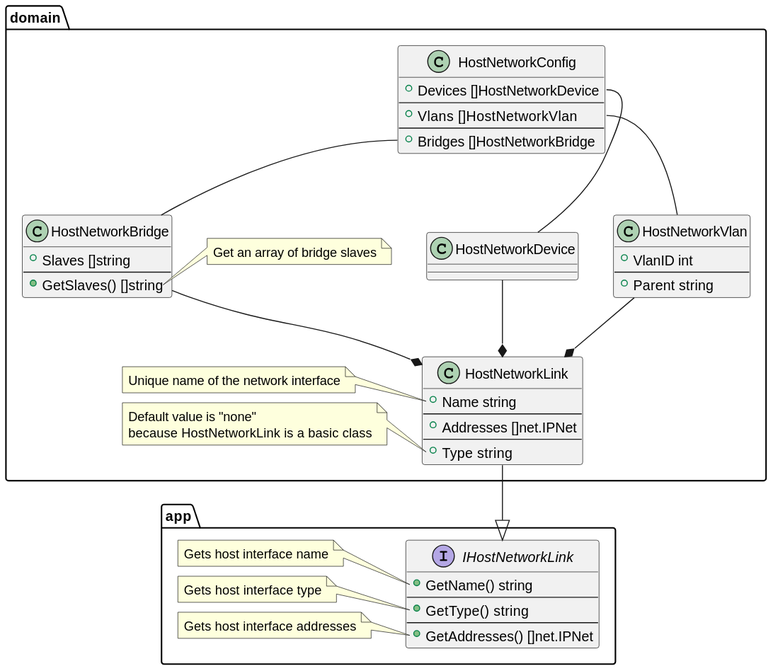
The PlantUML diagram docs/plantuml/entities/HostNetworkConfig.svg in lf-edge/rol, before a commit.
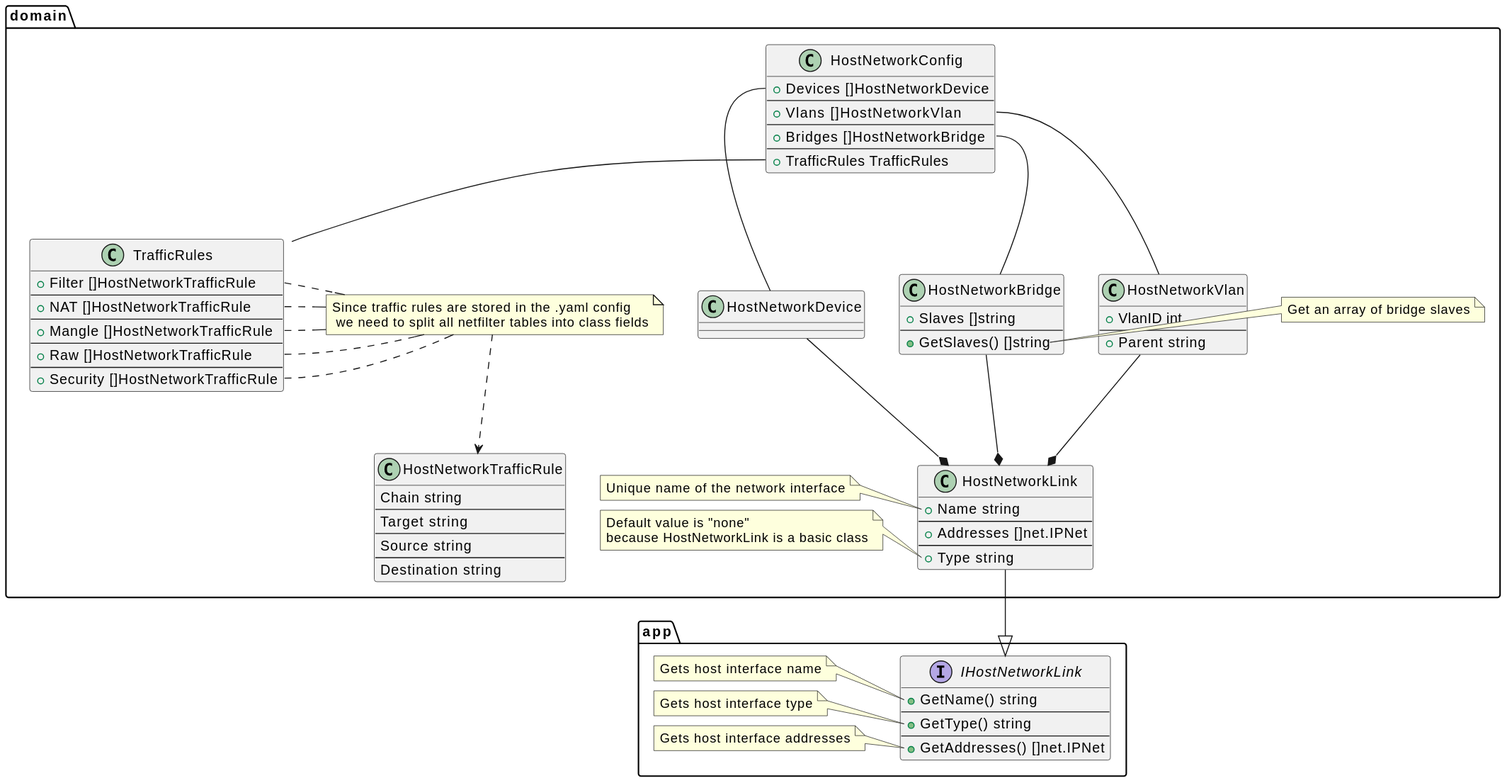
The same diagram one commit later.

Commit message:
docs: puml: added network traffic management related svg's

The edit, as a diff of the source:
```diff
@@ -3,6 +3,7 @@
 !include HostNetworkDevice.puml
 !include HostNetworkVlan.puml
 !include HostNetworkBridge.puml
+!include HostNetworkTrafficRule.puml
 
 package domain {
     class HostNetworkConfig {
@@ -11,11 +12,42 @@
         +Vlans   []HostNetworkVlan
         --
         +Bridges []HostNetworkBridge
+        --
+        +TrafficRules TrafficRules
+    }
+
+    class TrafficRules {
+        +Filter []HostNetworkTrafficRule
+        --
+        +NAT []HostNetworkTrafficRule
+        --
+        +Mangle []HostNetworkTrafficRule
+        --
+        +Raw []HostNetworkTrafficRule
+        --
+        +Security []HostNetworkTrafficRule
     }
 
     HostNetworkConfig::Devices -- HostNetworkDevice
     HostNetworkConfig::Vlans -- HostNetworkVlan
     HostNetworkConfig::Bridges -- HostNetworkBridge
+    HostNetworkConfig::TrafficRules -- TrafficRules
+
+    note as NetworkTrafficRuleNote
+        Since traffic rules are stored in the .yaml config
+         we need to split all netfilter tables into class fields
+    end note
+
+    TrafficRules .l[hidden]. NetworkTrafficRuleNote
+
+
+    TrafficRules::Filter .. NetworkTrafficRuleNote
+    TrafficRules::NAT .. NetworkTrafficRuleNote
+    TrafficRules::Mangle .. NetworkTrafficRuleNote
+    TrafficRules::Raw .. NetworkTrafficRuleNote
+    TrafficRules::Security .. NetworkTrafficRuleNote
+
+    NetworkTrafficRuleNote ..> HostNetworkTrafficRule
 }
 
 @enduml
```
